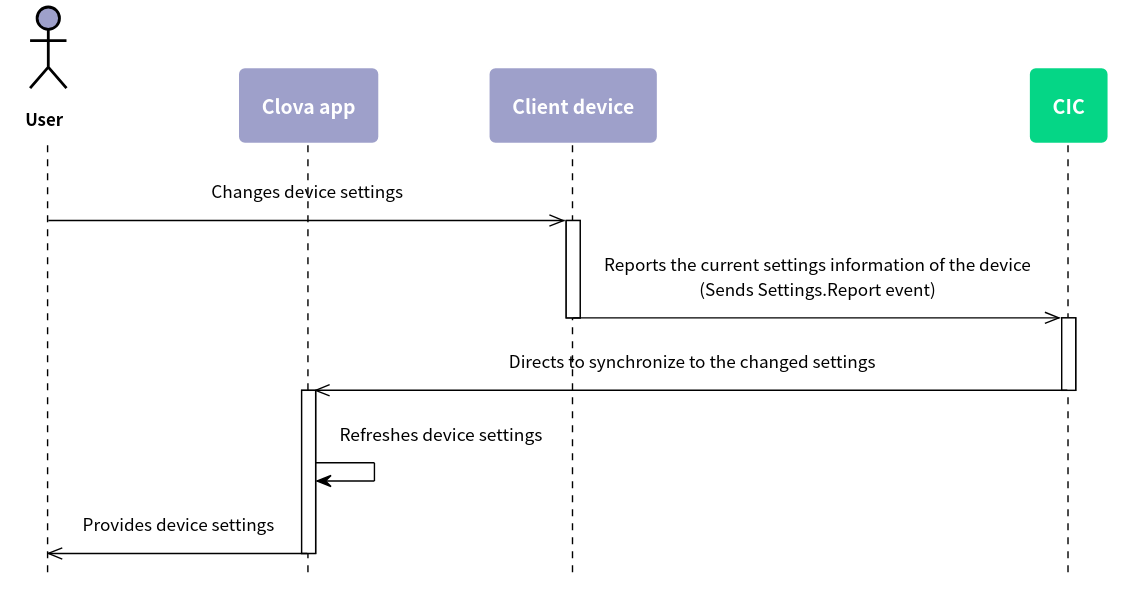
Above: en-KR/Develop/Assets/Images/CIC_Settings_Change_Settings_On_Device.svg in muchokwon/clova-client-developer-guide (PlantUML), before the change.
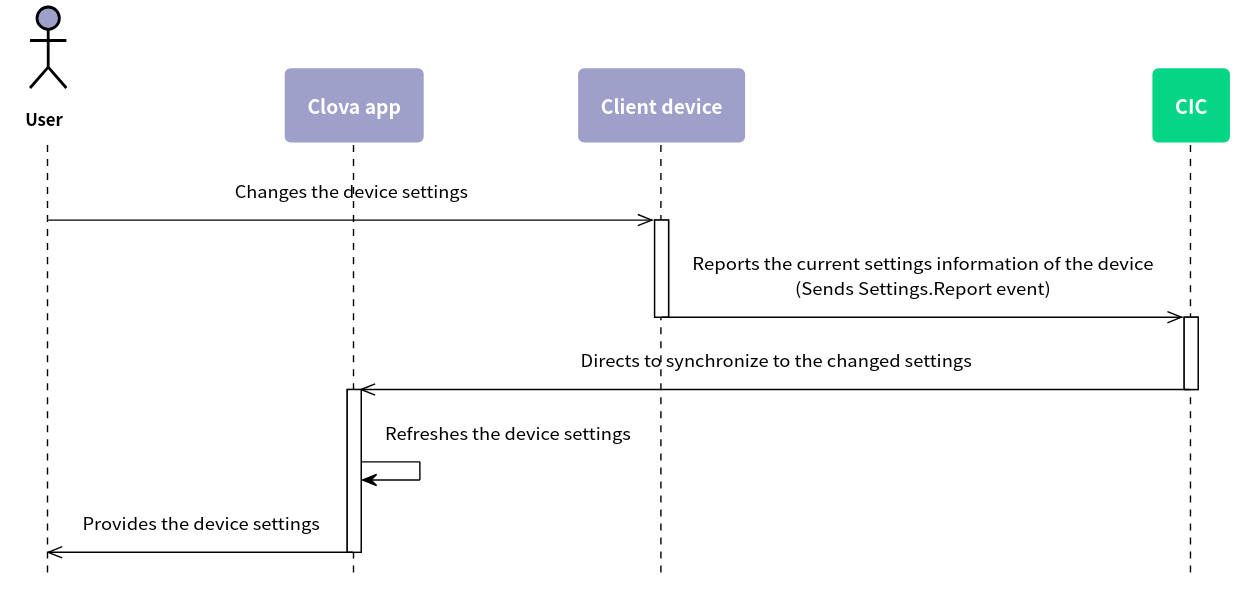
After the commit.

What changed in the source:
```diff
@@ -54,7 +54,7 @@
 participant "Client device" as cli #9EA0CA
 participant CIC as cic #05D686
 
-user ->> cli: Changes device settings
+user ->> cli: Changes the device settings
 
 activate cli
     cli ->> cic: Reports the current settings information of the device\n(Sends Settings.Report event)
@@ -69,8 +69,8 @@
 
 activate ca
 
-  ca -> ca: Refreshes device settings
-  ca ->> user: Provides device settings
+  ca -> ca: Refreshes the device settings
+  ca ->> user: Provides the device settings
 
 deactivate ca
 
```
